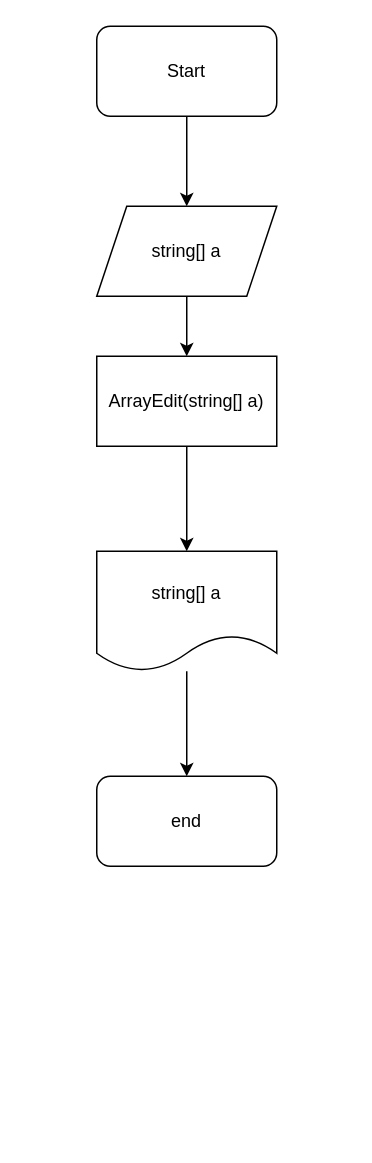
This is Scheme.drawio from ZingaGG/KR1, a draw.io file, before an edit. Source tidied: cells renumbered, new cells numbered last; positions are measured from the earlier drawing's top-left corner, leaving out a move shared by most shapes. Both pictures are drawn from the tidied source at 150%, with x=0, y=0 at pixel (96, 26).
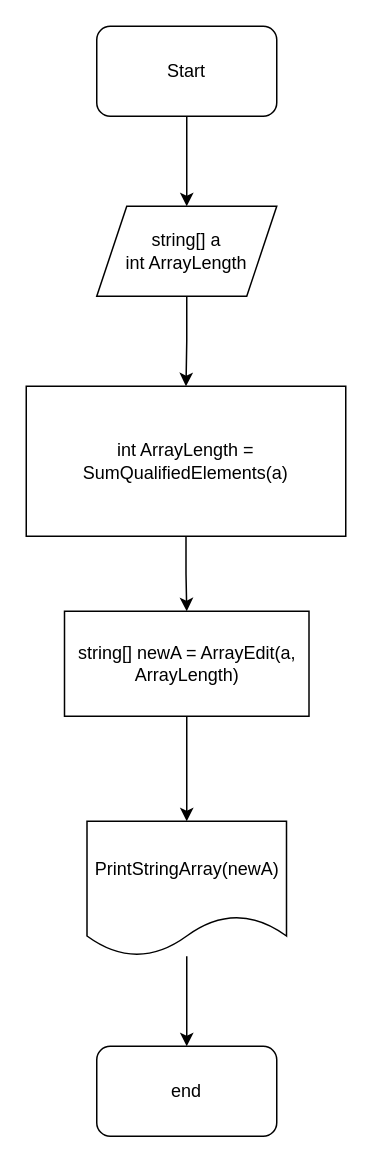
The same diagram, later.

The edit, as a diff of the source:
```diff
@@
 <mxGraphModel>
   <root>
     <mxCell id="0" />
     <mxCell id="1" parent="0" />
     <mxCell id="2" style="edgeStyle=orthogonalEdgeStyle;rounded=0;jettySize=auto;html=1;" parent="1" edge="1" source="3" target="6">
       <mxGeometry relative="1" as="geometry" />
     </mxCell>
     <mxCell id="3" value="Start" style="rounded=1;whiteSpace=wrap;html=1;" parent="1" vertex="1">
       <mxGeometry width="120" height="60" as="geometry" />
     </mxCell>
     <mxCell id="4" value="end" style="rounded=1;whiteSpace=wrap;html=1;" parent="1" vertex="1">
-      <mxGeometry y="500" width="120" height="60" as="geometry" />
+      <mxGeometry y="680" width="120" height="60" as="geometry" />
     </mxCell>
-    <mxCell id="5" style="edgeStyle=orthogonalEdgeStyle;rounded=0;jettySize=auto;html=1;" parent="1" edge="1" source="6" target="8">
-      <mxGeometry relative="1" as="geometry" />
-    </mxCell>
+    <mxCell id="11" style="edgeStyle=orthogonalEdgeStyle;rounded=0;jettySize=auto;html=1;" parent="1" edge="1" source="6" target="13">
+      <mxGeometry relative="1" as="geometry" />
+    </mxCell>
-    <mxCell id="6" value="string[] a" style="shape=parallelogram;perimeter=parallelogramPerimeter;whiteSpace=wrap;html=1;fixedSize=1;" parent="1" vertex="1">
+    <mxCell id="6" value="string[] a&lt;br&gt;int ArrayLength" style="shape=parallelogram;perimeter=parallelogramPerimeter;whiteSpace=wrap;html=1;fixedSize=1;" parent="1" vertex="1">
       <mxGeometry y="120" width="120" height="60" as="geometry" />
     </mxCell>
     <mxCell id="7" style="edgeStyle=orthogonalEdgeStyle;rounded=0;jettySize=auto;html=1;" parent="1" edge="1" source="8" target="10">
       <mxGeometry relative="1" as="geometry" />
     </mxCell>
-    <mxCell id="8" value="ArrayEdit(string[] a)" style="rounded=0;whiteSpace=wrap;html=1;" parent="1" vertex="1">
-      <mxGeometry y="220" width="120" height="60" as="geometry" />
+    <mxCell id="8" value="string[] newA = ArrayEdit(a, ArrayLength)" style="rounded=0;whiteSpace=wrap;html=1;" parent="1" vertex="1">
+      <mxGeometry x="-21.5" y="390" width="163" height="70" as="geometry" />
     </mxCell>
     <mxCell id="9" style="edgeStyle=orthogonalEdgeStyle;rounded=0;jettySize=auto;html=1;" parent="1" edge="1" source="10" target="4">
       <mxGeometry relative="1" as="geometry" />
     </mxCell>
-    <mxCell id="10" value="string[] a" style="shape=document;whiteSpace=wrap;html=1;boundedLbl=1;" parent="1" vertex="1">
-      <mxGeometry y="350" width="120" height="80" as="geometry" />
+    <mxCell id="10" value="PrintStringArray(newA)" style="shape=document;whiteSpace=wrap;html=1;boundedLbl=1;" parent="1" vertex="1">
+      <mxGeometry x="-6.5" y="530" width="133" height="90" as="geometry" />
     </mxCell>
+    <mxCell id="12" style="edgeStyle=orthogonalEdgeStyle;rounded=0;jettySize=auto;html=1;" parent="1" edge="1" source="13" target="8">
+      <mxGeometry relative="1" as="geometry" />
+    </mxCell>
+    <mxCell id="13" value="int ArrayLength = &lt;br&gt;SumQualifiedElements(a)" style="rounded=0;whiteSpace=wrap;html=1;" parent="1" vertex="1">
+      <mxGeometry x="-47" y="240" width="213" height="100" as="geometry" />
+    </mxCell>
   </root>
 </mxGraphModel>
```
